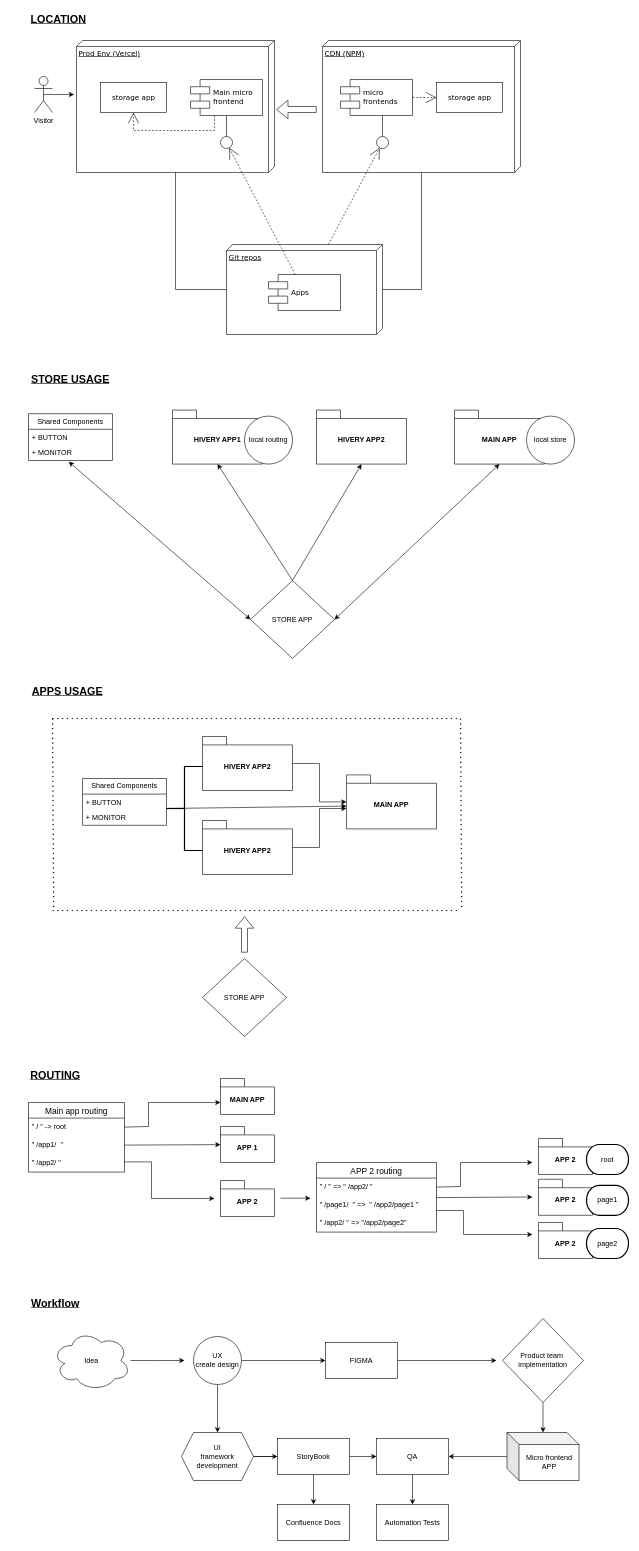
The draw.io diagram Untitled Diagram.drawio in voloshyndmitry/hivery-micro-fe-app, before the edit. Source tidied: cells renumbered, new cells numbered last; positions are measured from the earlier drawing's top-left corner, leaving out a move shared by most shapes. Both pictures are drawn from the tidied source at 60%, with x=0, y=0 at pixel (10, 10).
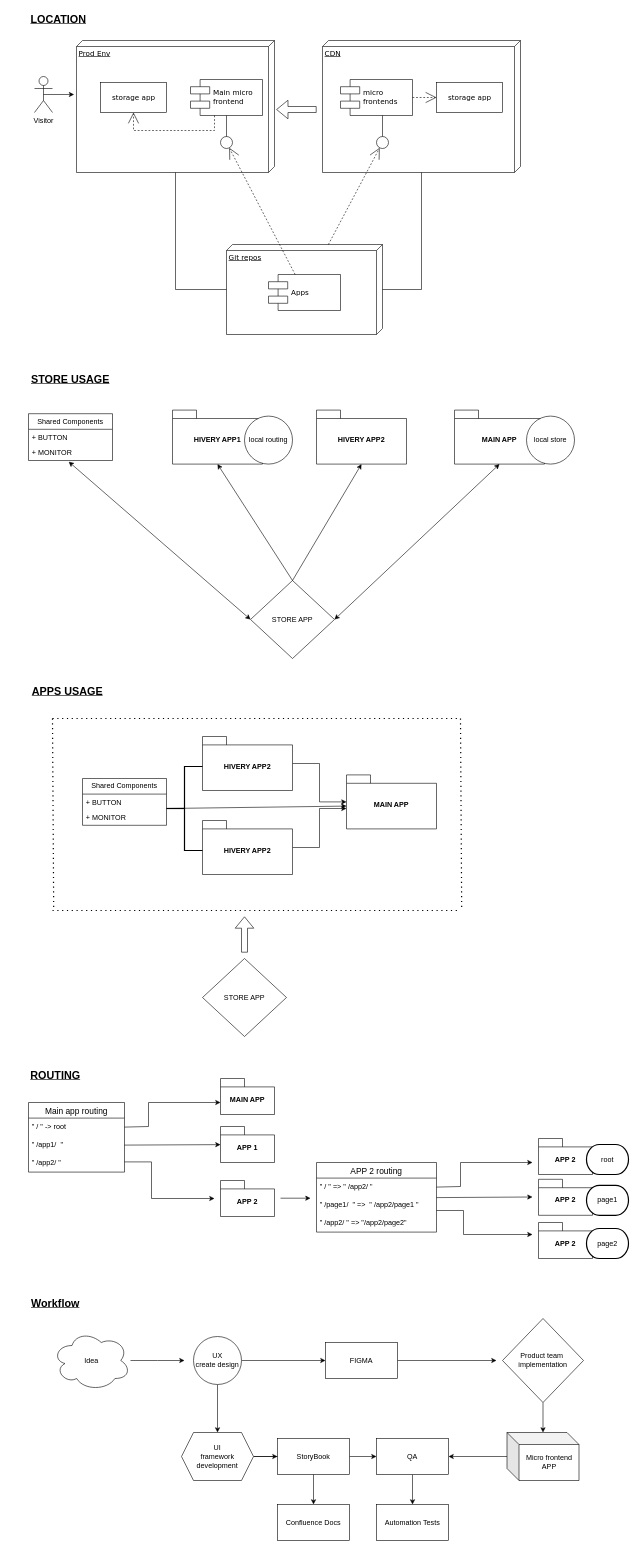
The same diagram, later.

The edit, as a diff of the source:
```diff
@@
-    <mxCell id="2" value="Prod Env (Vercel)" style="verticalAlign=top;align=left;spacingTop=8;spacingLeft=2;spacingRight=12;shape=cube;size=10;direction=south;fontStyle=4;html=1;rounded=0;shadow=0;comic=0;labelBackgroundColor=none;strokeWidth=1;fontFamily=Verdana;fontSize=12;" parent="1" vertex="1">
+    <mxCell id="2" value="Prod Env" style="verticalAlign=top;align=left;spacingTop=8;spacingLeft=2;spacingRight=12;shape=cube;size=10;direction=south;fontStyle=4;html=1;rounded=0;shadow=0;comic=0;labelBackgroundColor=none;strokeWidth=1;fontFamily=Verdana;fontSize=12;" parent="1" vertex="1">
       <mxGeometry x="110" y="50" width="330" height="220" as="geometry" />
     </mxCell>
-    <mxCell id="3" value="CDN (NPM)" style="verticalAlign=top;align=left;spacingTop=8;spacingLeft=2;spacingRight=12;shape=cube;size=10;direction=south;fontStyle=4;html=1;rounded=0;shadow=0;comic=0;labelBackgroundColor=none;strokeWidth=1;fontFamily=Verdana;fontSize=12;" parent="1" vertex="1">
+    <mxCell id="3" value="CDN" style="verticalAlign=top;align=left;spacingTop=8;spacingLeft=2;spacingRight=12;shape=cube;size=10;direction=south;fontStyle=4;html=1;rounded=0;shadow=0;comic=0;labelBackgroundColor=none;strokeWidth=1;fontFamily=Verdana;fontSize=12;" parent="1" vertex="1">
       <mxGeometry x="520" y="50" width="330" height="220" as="geometry" />
     </mxCell>
```
